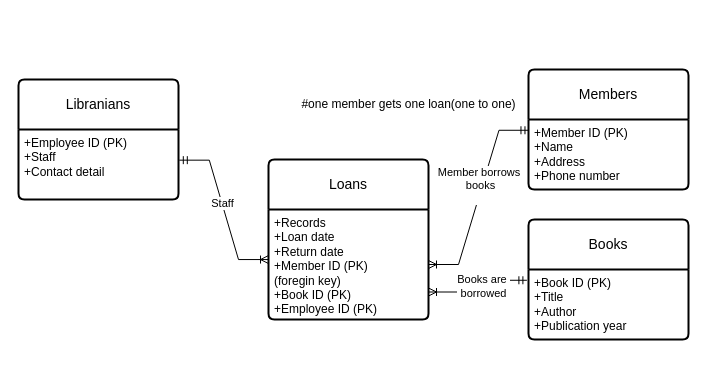
The draw.io diagram library.drawio in Izabeldawson/at1, before the edit. Source tidied: cells renumbered, new cells numbered last; positions are measured from the earlier drawing's top-left corner, leaving out a move shared by most shapes. Both pictures are drawn from the tidied source at 100%, with x=0, y=0 at pixel (18, 69).
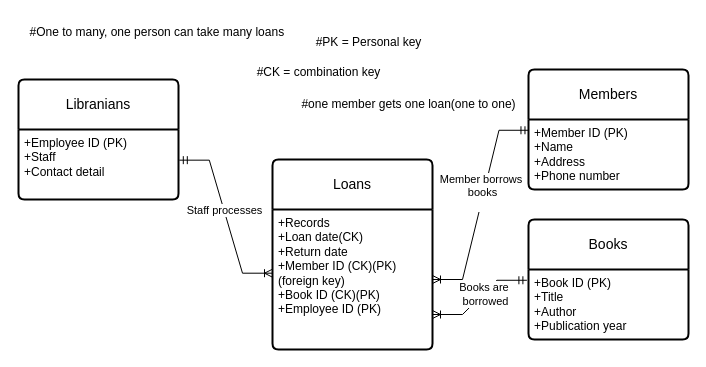
The same page after the edit.

The change refers to these unchanged cells:
```xml
<mxCell id="15" style="edgeStyle=entityRelationEdgeStyle;fontSize=12;html=1;endArrow=ERoneToMany;startArrow=ERmandOne;rounded=0;exitX=1.005;exitY=0.438;exitDx=0;exitDy=0;exitPerimeter=0;entryX=0;entryY=0.455;entryDx=0;entryDy=0;entryPerimeter=0;" parent="1" edge="1" source="9" target="7">
  <mxGeometry relative="1" as="geometry">
    <Array as="points">
      <mxPoint x="140" y="240" />
      <mxPoint x="120" y="200" />
      <mxPoint x="150" y="230" />
      <mxPoint x="220" y="70" />
      <mxPoint x="390" y="309" />
      <mxPoint x="460" y="260" />
      <mxPoint x="260" y="227" />
    </Array>
  </mxGeometry>
</mxCell>
```

Diff of the diagram source:
```diff
@@
     <mxCell id="6" value="Loans" style="swimlane;horizontal=1;startSize=50;rounded=1;fontSize=14;fontStyle=0;strokeWidth=2;shadow=0;dashed=0;align=center;arcSize=4;whiteSpace=wrap;html=1;" parent="1" vertex="1">
-      <mxGeometry x="250" y="90" width="160" height="160" as="geometry" />
+      <mxGeometry x="254" y="90" width="160" height="190" as="geometry" />
     </mxCell>
-    <mxCell id="7" value="&lt;div&gt;+Records&lt;/div&gt;+Loan date&lt;div&gt;+Return date&lt;/div&gt;&lt;div&gt;+Member ID (PK)&amp;nbsp;&lt;/div&gt;&lt;div&gt;(foregin key)&lt;br&gt;&lt;/div&gt;&lt;div&gt;+Book ID (PK)&lt;br&gt;&lt;/div&gt;&lt;div&gt;&lt;div&gt;+Employee ID (PK)&lt;/div&gt;&lt;/div&gt;&lt;div&gt;&lt;br&gt;&lt;/div&gt;" style="align=left;strokeColor=none;fillColor=none;spacingLeft=4;fontSize=12;verticalAlign=top;html=1;" parent="6" vertex="1">
-      <mxGeometry y="50" width="160" height="110" as="geometry" />
+    <mxCell id="7" value="&lt;div&gt;&lt;span style=&quot;background-color: initial;&quot;&gt;+Records&lt;/span&gt;&lt;br&gt;&lt;/div&gt;+Loan date(CK)&lt;div&gt;+Return date&lt;/div&gt;&lt;div&gt;+Member ID (CK)(PK)&amp;nbsp;&lt;/div&gt;&lt;div&gt;(foreign key)&lt;br&gt;&lt;/div&gt;&lt;div&gt;+Book ID (CK)(PK)&lt;br&gt;&lt;/div&gt;&lt;div&gt;&lt;div&gt;+Employee ID (PK)&lt;/div&gt;&lt;/div&gt;&lt;div&gt;&lt;br&gt;&lt;/div&gt;" style="align=left;strokeColor=none;fillColor=none;spacingLeft=4;fontSize=12;verticalAlign=top;html=1;" parent="6" vertex="1">
+      <mxGeometry y="50" width="160" height="140" as="geometry" />
     </mxCell>
@@
-    <mxCell id="16" value="Staff" style="edgeLabel;html=1;align=center;verticalAlign=middle;" parent="15" vertex="1">
+    <mxCell id="16" value="Staff processes" style="edgeLabel;html=1;align=center;verticalAlign=middle;" parent="15" vertex="1">
       <mxGeometry x="-0.08" relative="1" as="geometry" />
     </mxCell>
+    <mxCell id="17" value="#CK = combination key" style="text;html=1;align=center;verticalAlign=middle;strokeColor=none;fillColor=none;" parent="1" vertex="1">
+      <mxGeometry x="225" y="-12" width="150" height="30" as="geometry" />
+    </mxCell>
+    <mxCell id="18" value="#PK = Personal key" style="text;html=1;align=center;verticalAlign=middle;strokeColor=none;fillColor=none;" parent="1" vertex="1">
+      <mxGeometry x="285" y="-42" width="130" height="30" as="geometry" />
+    </mxCell>
+    <mxCell id="19" value="#One to many, one person can take many loans&amp;nbsp;" style="text;html=1;align=center;verticalAlign=middle;strokeColor=none;fillColor=none;" parent="1" vertex="1">
+      <mxGeometry y="-52" width="280" height="30" as="geometry" />
+    </mxCell>
```
